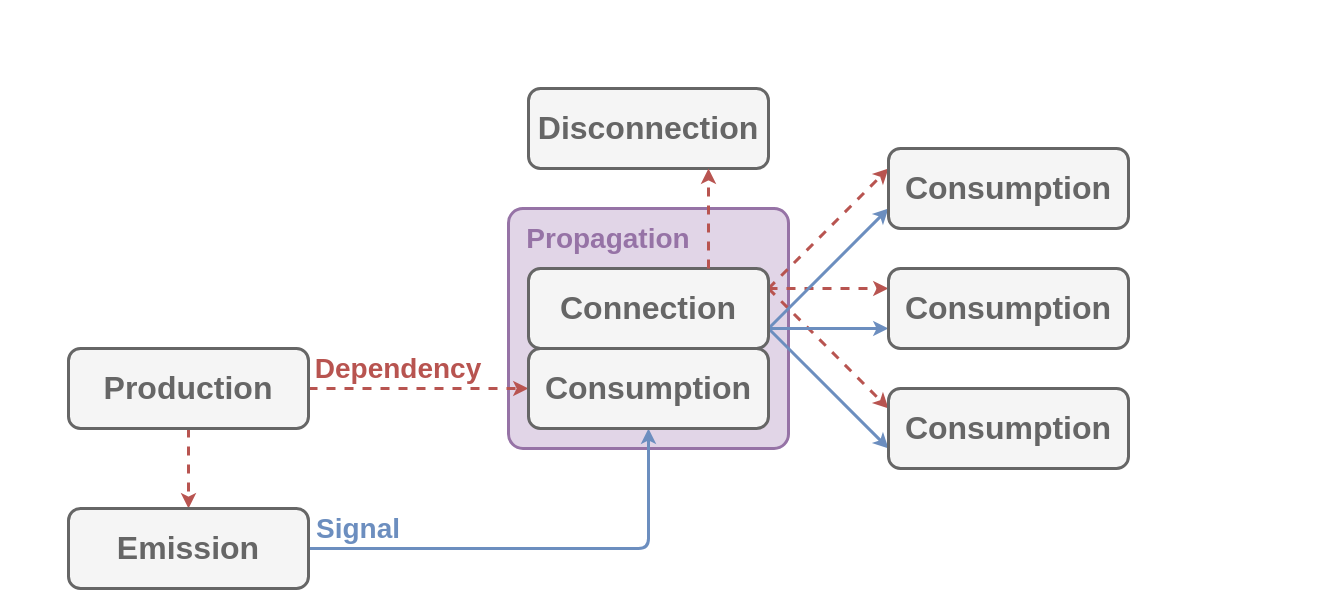
Above: Documentation/Resources/Signalization.drawio in do-i-know-it/YggdrAshill.Nuadha (draw.io), before the change. Source tidied: cells renumbered, new cells numbered last; positions are measured from the earlier drawing's top-left corner, leaving out a move shared by most shapes. Both pictures are drawn from the tidied source at 100%, with x=0, y=0 at pixel (68, 88).
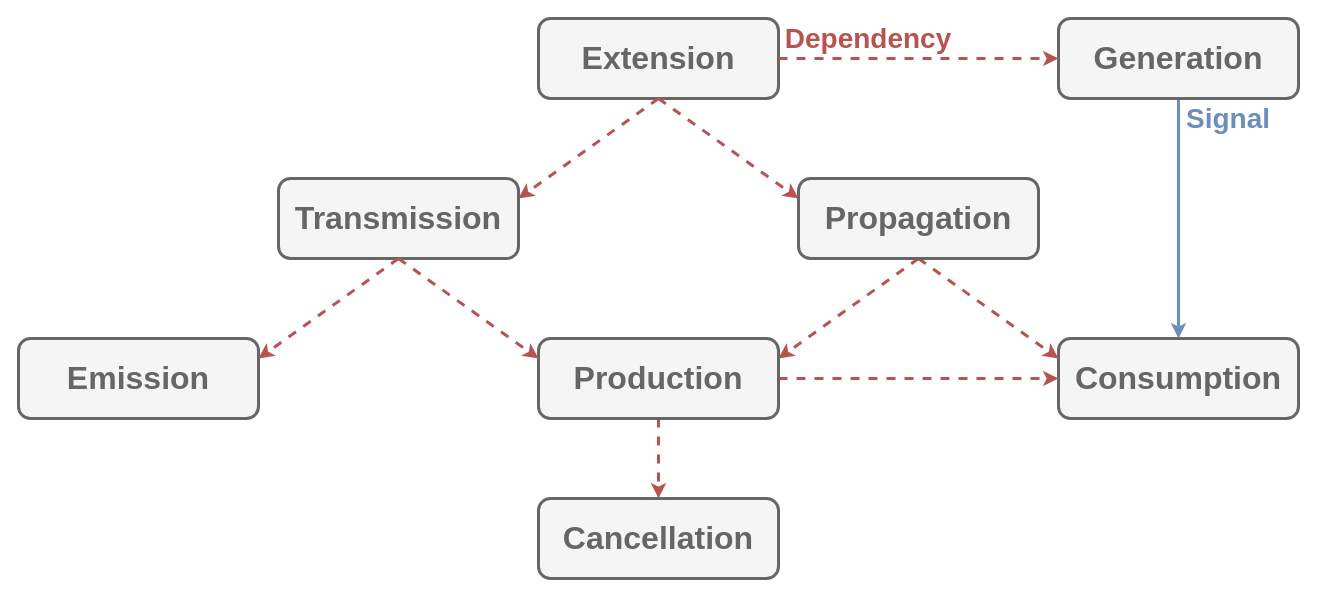
Above is the later version.

Commit message (it also covers changes not shown here):
Modify document for Signalization

The edit, as a diff of the source:
```diff
@@
-    <mxCell id="2" style="rounded=1;whiteSpace=wrap;html=1;arcSize=6;strokeWidth=3;fillColor=#e1d5e7;strokeColor=#9673A6;" parent="1" vertex="1">
-      <mxGeometry x="440" y="120" width="280" height="240" as="geometry" />
-    </mxCell>
-    <mxCell id="3" value="&lt;b&gt;&lt;font style=&quot;font-size: 28px&quot; color=&quot;#9673a6&quot;&gt;Propagation&lt;/font&gt;&lt;/b&gt;" style="text;html=1;align=center;verticalAlign=middle;whiteSpace=wrap;rounded=0;" parent="1" vertex="1">
-      <mxGeometry x="440" y="130" width="200" height="40" as="geometry" />
-    </mxCell>
-    <mxCell id="4" style="endArrow=classic;html=1;exitX=1;exitY=0.25;exitDx=0;exitDy=0;entryX=0;entryY=0.25;entryDx=0;entryDy=0;fillColor=#f8cecc;strokeColor=#b85450;strokeWidth=3;dashed=1;" parent="1" edge="1" source="15" target="17">
-      <mxGeometry relative="1" as="geometry" />
-    </mxCell>
-    <mxCell id="5" style="endArrow=classic;html=1;exitX=1;exitY=0.25;exitDx=0;exitDy=0;entryX=0;entryY=0.25;entryDx=0;entryDy=0;fillColor=#f8cecc;strokeColor=#b85450;strokeWidth=3;dashed=1;" parent="1" edge="1" source="15" target="16">
-      <mxGeometry relative="1" as="geometry" />
-    </mxCell>
-    <mxCell id="6" style="endArrow=classic;html=1;exitX=1;exitY=0.25;exitDx=0;exitDy=0;entryX=0;entryY=0.25;entryDx=0;entryDy=0;fillColor=#f8cecc;strokeColor=#b85450;strokeWidth=3;dashed=1;" parent="1" edge="1" source="15" target="18">
-      <mxGeometry relative="1" as="geometry" />
-    </mxCell>
-    <mxCell id="7" style="endArrow=classic;html=1;exitX=1;exitY=0.75;exitDx=0;exitDy=0;entryX=0;entryY=0.75;entryDx=0;entryDy=0;strokeWidth=3;fillColor=#dae8fc;strokeColor=#6c8ebf;" parent="1" edge="1" source="15" target="18">
-      <mxGeometry relative="1" as="geometry" />
-    </mxCell>
-    <mxCell id="8" style="endArrow=classic;html=1;exitX=1;exitY=0.75;exitDx=0;exitDy=0;entryX=0;entryY=0.75;entryDx=0;entryDy=0;strokeWidth=3;fillColor=#dae8fc;strokeColor=#6c8ebf;" parent="1" edge="1" source="15" target="16">
-      <mxGeometry relative="1" as="geometry" />
-    </mxCell>
-    <mxCell id="9" style="endArrow=classic;html=1;exitX=1;exitY=0.75;exitDx=0;exitDy=0;entryX=0;entryY=0.75;entryDx=0;entryDy=0;strokeWidth=3;fillColor=#dae8fc;strokeColor=#6c8ebf;" parent="1" edge="1" source="15" target="17">
-      <mxGeometry relative="1" as="geometry" />
-    </mxCell>
-    <mxCell id="10" style="endArrow=classic;html=1;exitX=1;exitY=0.5;exitDx=0;exitDy=0;entryX=0;entryY=0.5;entryDx=0;entryDy=0;fillColor=#f8cecc;strokeColor=#b85450;strokeWidth=3;dashed=1;" parent="1" edge="1" source="19" target="20">
+    <mxCell id="10" style="endArrow=classic;html=1;entryX=0.5;entryY=0;entryDx=0;entryDy=0;fillColor=#f8cecc;strokeColor=#b85450;strokeWidth=3;dashed=1;exitX=0.5;exitY=1;exitDx=0;exitDy=0;" parent="1" edge="1" source="15" target="22">
       <mxGeometry relative="1" as="geometry" />
     </mxCell>
-    <mxCell id="11" style="endArrow=classic;html=1;entryX=0.5;entryY=1;entryDx=0;entryDy=0;strokeWidth=3;fillColor=#dae8fc;strokeColor=#6c8ebf;elbow=vertical;exitX=1;exitY=0.5;exitDx=0;exitDy=0;edgeStyle=orthogonalEdgeStyle;" parent="1" edge="1" source="21" target="20">
+    <mxCell id="11" style="endArrow=classic;html=1;strokeWidth=3;fillColor=#dae8fc;strokeColor=#6c8ebf;elbow=vertical;startArrow=none;exitX=0.5;exitY=1;exitDx=0;exitDy=0;" parent="1" edge="1" source="29" target="20">
       <mxGeometry relative="1" as="geometry" />
     </mxCell>
     <mxCell id="12" value="&lt;b&gt;&lt;font style=&quot;font-size: 28px&quot; color=&quot;#b85450&quot;&gt;Dependency&lt;/font&gt;&lt;/b&gt;" style="text;html=1;align=center;verticalAlign=middle;whiteSpace=wrap;rounded=0;" parent="1" vertex="1">
-      <mxGeometry x="240" y="260" width="180" height="40" as="geometry" />
+      <mxGeometry x="710" y="-70" width="180" height="40" as="geometry" />
     </mxCell>
     <mxCell id="13" value="&lt;b&gt;&lt;font style=&quot;font-size: 28px&quot; color=&quot;#6c8ebf&quot;&gt;Signal&lt;/font&gt;&lt;/b&gt;" style="text;html=1;align=center;verticalAlign=middle;whiteSpace=wrap;rounded=0;" parent="1" vertex="1">
-      <mxGeometry x="240" y="420" width="100" height="40" as="geometry" />
+      <mxGeometry x="1110" y="10" width="100" height="40" as="geometry" />
     </mxCell>
-    <mxCell id="14" style="endArrow=classic;html=1;exitX=0.5;exitY=1;exitDx=0;exitDy=0;entryX=0.5;entryY=0;entryDx=0;entryDy=0;fillColor=#f8cecc;strokeColor=#b85450;strokeWidth=3;dashed=1;" parent="1" edge="1" source="19" target="21">
-      <mxGeometry relative="1" as="geometry" />
-    </mxCell>
-    <mxCell id="15" value="&lt;font style=&quot;font-size: 32px&quot; color=&quot;#666666&quot;&gt;&lt;b&gt;Connection&lt;/b&gt;&lt;/font&gt;" style="rounded=1;whiteSpace=wrap;html=1;strokeWidth=3;fillColor=#f5f5f5;strokeColor=#666666;fontColor=#333333;" parent="1" vertex="1">
-      <mxGeometry x="460" y="180" width="240" height="80" as="geometry" />
-    </mxCell>
-    <mxCell id="16" value="&lt;font style=&quot;font-size: 32px&quot; color=&quot;#666666&quot;&gt;&lt;b&gt;Consumption&lt;/b&gt;&lt;/font&gt;" style="rounded=1;whiteSpace=wrap;html=1;fillColor=#f5f5f5;strokeColor=#666666;strokeWidth=3;fontColor=#333333;" parent="1" vertex="1">
-      <mxGeometry x="820" y="60" width="240" height="80" as="geometry" />
-    </mxCell>
-    <mxCell id="17" value="&lt;font style=&quot;font-size: 32px&quot; color=&quot;#666666&quot;&gt;&lt;b&gt;Consumption&lt;/b&gt;&lt;/font&gt;" style="rounded=1;whiteSpace=wrap;html=1;fillColor=#f5f5f5;strokeColor=#666666;strokeWidth=3;fontColor=#333333;" parent="1" vertex="1">
-      <mxGeometry x="820" y="300" width="240" height="80" as="geometry" />
-    </mxCell>
-    <mxCell id="18" value="&lt;font style=&quot;font-size: 32px&quot; color=&quot;#666666&quot;&gt;&lt;b&gt;Consumption&lt;/b&gt;&lt;/font&gt;" style="rounded=1;whiteSpace=wrap;html=1;fillColor=#f5f5f5;strokeColor=#666666;strokeWidth=3;fontColor=#333333;" parent="1" vertex="1">
-      <mxGeometry x="820" y="180" width="240" height="80" as="geometry" />
-    </mxCell>
-    <mxCell id="19" value="&lt;font style=&quot;font-size: 32px&quot; color=&quot;#666666&quot;&gt;&lt;b&gt;Production&lt;/b&gt;&lt;/font&gt;" style="rounded=1;whiteSpace=wrap;html=1;fillColor=#f5f5f5;strokeColor=#666666;strokeWidth=3;fontColor=#333333;" parent="1" vertex="1">
-      <mxGeometry y="260" width="240" height="80" as="geometry" />
-    </mxCell>
     <mxCell id="20" value="&lt;font style=&quot;font-size: 32px&quot; color=&quot;#666666&quot;&gt;&lt;b&gt;Consumption&lt;/b&gt;&lt;/font&gt;" style="rounded=1;whiteSpace=wrap;html=1;fillColor=#f5f5f5;strokeColor=#666666;strokeWidth=3;fontColor=#333333;" parent="1" vertex="1">
-      <mxGeometry x="460" y="260" width="240" height="80" as="geometry" />
+      <mxGeometry x="990" y="250" width="240" height="80" as="geometry" />
     </mxCell>
-    <mxCell id="21" value="&lt;font style=&quot;font-size: 32px&quot; color=&quot;#666666&quot;&gt;&lt;b&gt;Emission&lt;/b&gt;&lt;/font&gt;" style="rounded=1;whiteSpace=wrap;html=1;fillColor=#f5f5f5;strokeColor=#666666;strokeWidth=3;fontColor=#333333;" parent="1" vertex="1">
-      <mxGeometry y="420" width="240" height="80" as="geometry" />
-    </mxCell>
-    <mxCell id="22" value="&lt;font style=&quot;font-size: 32px&quot; color=&quot;#666666&quot;&gt;&lt;b&gt;Disconnection&lt;/b&gt;&lt;/font&gt;" style="rounded=1;whiteSpace=wrap;html=1;fillColor=#f5f5f5;strokeColor=#666666;strokeWidth=3;fontColor=#333333;" parent="1" vertex="1">
-      <mxGeometry x="460" width="240" height="80" as="geometry" />
+    <mxCell id="22" value="&lt;font style=&quot;font-size: 32px&quot; color=&quot;#666666&quot;&gt;&lt;b&gt;Cancellation&lt;/b&gt;&lt;/font&gt;" style="rounded=1;whiteSpace=wrap;html=1;fillColor=#f5f5f5;strokeColor=#666666;strokeWidth=3;fontColor=#333333;" parent="1" vertex="1">
+      <mxGeometry x="470" y="410" width="240" height="80" as="geometry" />
     </mxCell>
-    <mxCell id="23" style="endArrow=classic;html=1;exitX=0.75;exitY=0;exitDx=0;exitDy=0;entryX=0.75;entryY=1;entryDx=0;entryDy=0;fillColor=#f8cecc;strokeColor=#b85450;strokeWidth=3;dashed=1;" parent="1" edge="1" source="15" target="22">
+    <mxCell id="23" style="endArrow=classic;html=1;exitX=1;exitY=0.5;exitDx=0;exitDy=0;fillColor=#f8cecc;strokeColor=#b85450;strokeWidth=3;dashed=1;entryX=0;entryY=0.5;entryDx=0;entryDy=0;" parent="1" edge="1" source="15" target="20">
       <mxGeometry relative="1" as="geometry" />
     </mxCell>
+    <mxCell id="21" value="&lt;b style=&quot;color: rgb(102 , 102 , 102) ; font-size: 32px&quot;&gt;Emission&lt;/b&gt;" style="rounded=1;whiteSpace=wrap;html=1;fillColor=#f5f5f5;strokeColor=#666666;strokeWidth=3;fontColor=#333333;" parent="1" vertex="1">
+      <mxGeometry x="-50" y="250" width="240" height="80" as="geometry" />
+    </mxCell>
+    <mxCell id="24" value="&lt;font color=&quot;#666666&quot;&gt;&lt;span style=&quot;font-size: 32px&quot;&gt;&lt;b&gt;Transmission&lt;/b&gt;&lt;/span&gt;&lt;/font&gt;" style="rounded=1;whiteSpace=wrap;html=1;fillColor=#f5f5f5;strokeColor=#666666;strokeWidth=3;fontColor=#333333;" parent="1" vertex="1">
+      <mxGeometry x="210" y="90" width="240" height="80" as="geometry" />
+    </mxCell>
+    <mxCell id="25" style="endArrow=classic;html=1;fillColor=#f8cecc;strokeColor=#b85450;strokeWidth=3;dashed=1;exitX=0.5;exitY=1;exitDx=0;exitDy=0;entryX=0;entryY=0.25;entryDx=0;entryDy=0;" parent="1" edge="1" source="19" target="20">
+      <mxGeometry relative="1" as="geometry" />
+    </mxCell>
+    <mxCell id="26" style="endArrow=classic;html=1;exitX=0.5;exitY=1;exitDx=0;exitDy=0;fillColor=#f8cecc;strokeColor=#b85450;strokeWidth=3;dashed=1;entryX=1;entryY=0.25;entryDx=0;entryDy=0;" parent="1" edge="1" source="19" target="15">
+      <mxGeometry relative="1" as="geometry" />
+    </mxCell>
+    <mxCell id="15" value="&lt;b style=&quot;color: rgb(102 , 102 , 102) ; font-size: 32px&quot;&gt;Production&lt;/b&gt;" style="rounded=1;whiteSpace=wrap;html=1;strokeWidth=3;fillColor=#f5f5f5;strokeColor=#666666;fontColor=#333333;" parent="1" vertex="1">
+      <mxGeometry x="470" y="250" width="240" height="80" as="geometry" />
+    </mxCell>
+    <mxCell id="27" style="endArrow=classic;html=1;fillColor=#f8cecc;strokeColor=#b85450;strokeWidth=3;dashed=1;exitX=0.5;exitY=1;exitDx=0;exitDy=0;entryX=1;entryY=0.25;entryDx=0;entryDy=0;" parent="1" edge="1" source="24" target="21">
+      <mxGeometry relative="1" as="geometry" />
+    </mxCell>
+    <mxCell id="28" style="endArrow=classic;html=1;fillColor=#f8cecc;strokeColor=#b85450;strokeWidth=3;dashed=1;exitX=0.5;exitY=1;exitDx=0;exitDy=0;entryX=0;entryY=0.25;entryDx=0;entryDy=0;" parent="1" edge="1" source="24" target="15">
+      <mxGeometry relative="1" as="geometry" />
+    </mxCell>
+    <mxCell id="19" value="&lt;font color=&quot;#666666&quot;&gt;&lt;span style=&quot;font-size: 32px&quot;&gt;&lt;b&gt;Propagation&lt;/b&gt;&lt;/span&gt;&lt;/font&gt;" style="rounded=1;whiteSpace=wrap;html=1;fillColor=#f5f5f5;strokeColor=#666666;strokeWidth=3;fontColor=#333333;" parent="1" vertex="1">
+      <mxGeometry x="730" y="90" width="240" height="80" as="geometry" />
+    </mxCell>
+    <mxCell id="29" value="&lt;b style=&quot;color: rgb(102 , 102 , 102) ; font-size: 32px&quot;&gt;Generation&lt;/b&gt;" style="rounded=1;whiteSpace=wrap;html=1;fillColor=#f5f5f5;strokeColor=#666666;strokeWidth=3;fontColor=#333333;" parent="1" vertex="1">
+      <mxGeometry x="990" y="-70" width="240" height="80" as="geometry" />
+    </mxCell>
+    <mxCell id="30" value="&lt;font color=&quot;#666666&quot;&gt;&lt;span style=&quot;font-size: 32px&quot;&gt;&lt;b&gt;Extension&lt;/b&gt;&lt;/span&gt;&lt;/font&gt;" style="rounded=1;whiteSpace=wrap;html=1;fillColor=#f5f5f5;strokeColor=#666666;strokeWidth=3;fontColor=#333333;" parent="1" vertex="1">
+      <mxGeometry x="470" y="-70" width="240" height="80" as="geometry" />
+    </mxCell>
+    <mxCell id="31" style="endArrow=classic;html=1;entryX=1;entryY=0.25;entryDx=0;entryDy=0;fillColor=#f8cecc;strokeColor=#b85450;strokeWidth=3;dashed=1;exitX=0.5;exitY=1;exitDx=0;exitDy=0;" parent="1" edge="1" source="30" target="24">
+      <mxGeometry relative="1" as="geometry" />
+    </mxCell>
+    <mxCell id="32" style="endArrow=classic;html=1;entryX=0;entryY=0.25;entryDx=0;entryDy=0;fillColor=#f8cecc;strokeColor=#b85450;strokeWidth=3;dashed=1;exitX=0.5;exitY=1;exitDx=0;exitDy=0;" parent="1" edge="1" source="30" target="19">
+      <mxGeometry relative="1" as="geometry" />
+    </mxCell>
+    <mxCell id="33" style="endArrow=classic;html=1;entryX=0;entryY=0.5;entryDx=0;entryDy=0;fillColor=#f8cecc;strokeColor=#b85450;strokeWidth=3;dashed=1;exitX=1;exitY=0.5;exitDx=0;exitDy=0;" parent="1" edge="1" source="30" target="29">
+      <mxGeometry relative="1" as="geometry" />
+    </mxCell>
```
